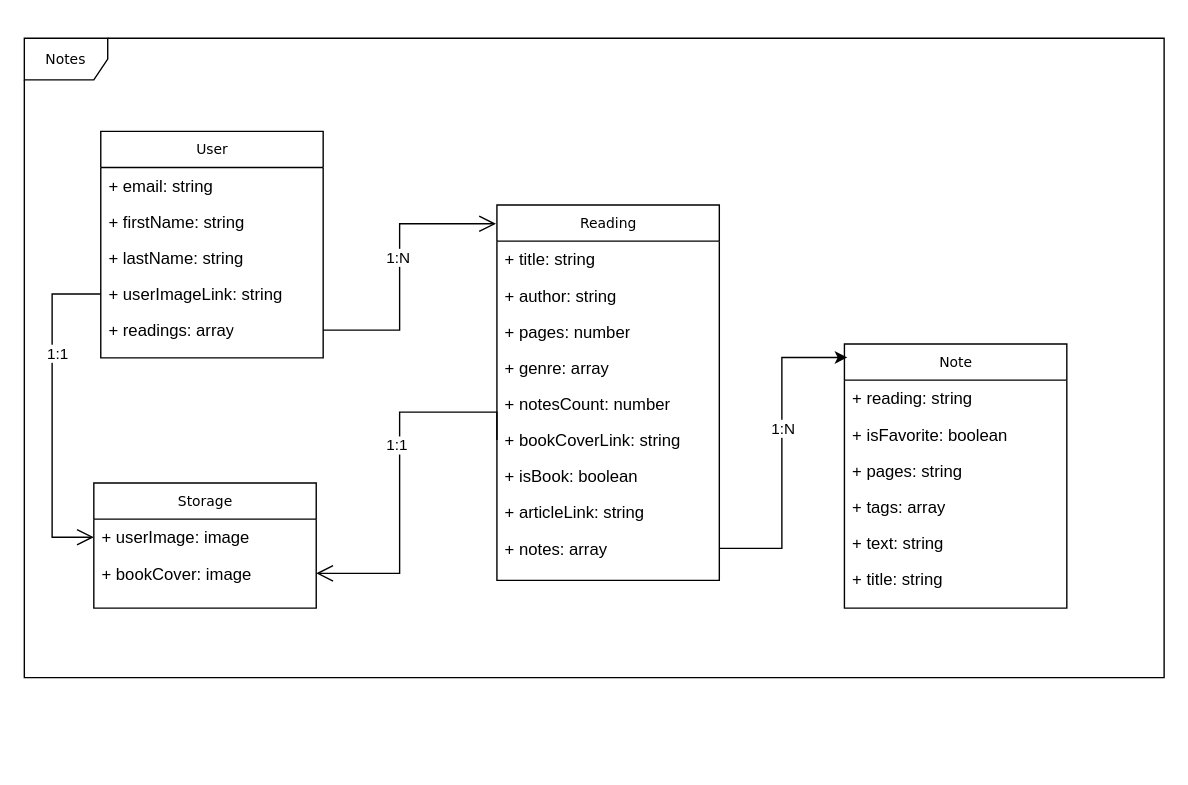
Above: src/assets/UML.drawio in kaischaefer2000/noteshelf-app (draw.io), before the change. Source tidied: cells renumbered, new cells numbered last; positions are measured from the earlier drawing's top-left corner, leaving out a move shared by most shapes. Both pictures are drawn from the tidied source at 139%, with x=0, y=0 at pixel (24, 38).
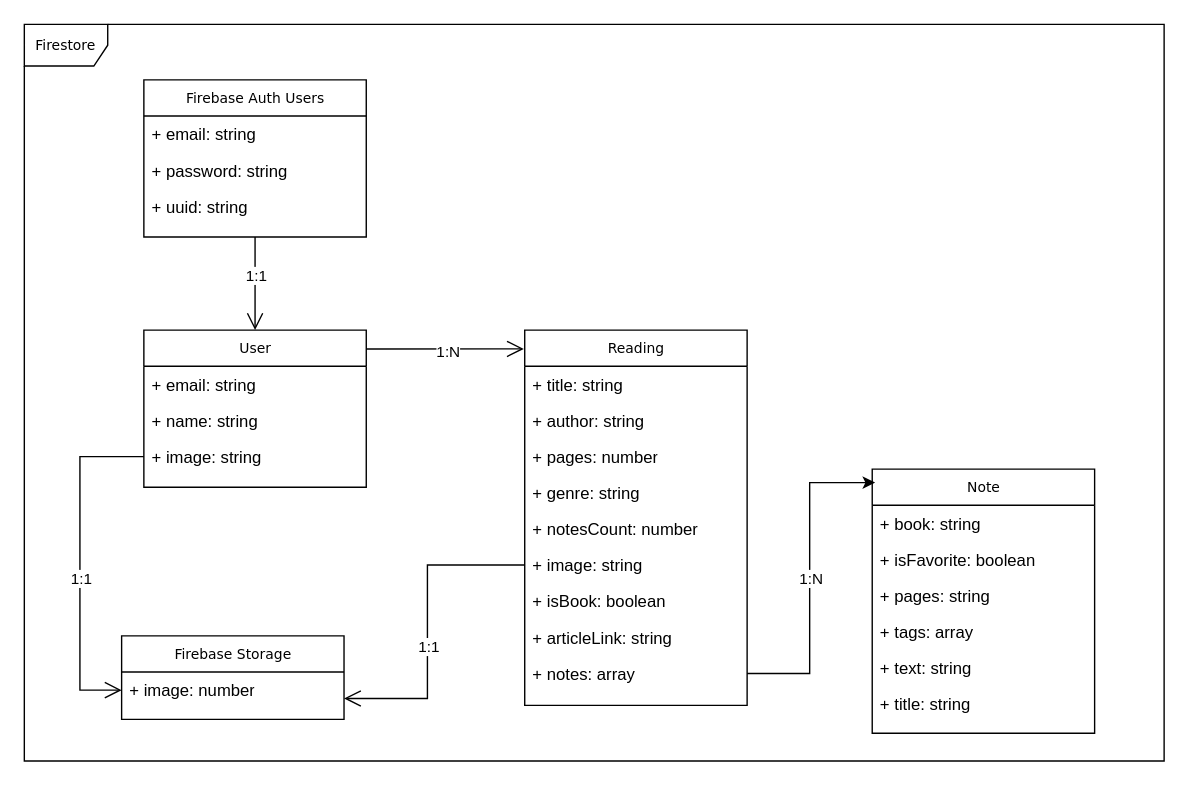
After the change.

Unchanged cells that the change refers to:
```xml
<mxCell id="35" style="edgeStyle=orthogonalEdgeStyle;rounded=0;jettySize=auto;html=1;entryX=0.013;entryY=0.051;entryDx=0;entryDy=0;entryPerimeter=0;" parent="1" edge="1" source="21" target="28">
  <mxGeometry relative="1" as="geometry" />
</mxCell>
```

Change to the diagram source:
```diff
@@
-    <mxCell id="2" value="Notes" style="shape=umlFrame;whiteSpace=wrap;html=1;rounded=0;shadow=0;comic=0;labelBackgroundColor=none;strokeWidth=1;fontFamily=Verdana;fontSize=10;align=center;" parent="1" vertex="1">
-      <mxGeometry width="820" height="460" as="geometry" />
+    <mxCell id="2" value="Firestore" style="shape=umlFrame;whiteSpace=wrap;html=1;rounded=0;shadow=0;comic=0;labelBackgroundColor=none;strokeWidth=1;fontFamily=Verdana;fontSize=10;align=center;" parent="1" vertex="1">
+      <mxGeometry y="-10" width="820" height="530" as="geometry" />
     </mxCell>
     <mxCell id="3" value="User" style="swimlane;html=1;fontStyle=0;horizontal=1;startSize=26;fillColor=none;swimlaneFillColor=#ffffff;rounded=0;shadow=0;comic=0;labelBackgroundColor=none;strokeWidth=1;fontFamily=Verdana;fontSize=10;align=center;" parent="1" vertex="1">
-      <mxGeometry x="55" y="67" width="160" height="163" as="geometry" />
+      <mxGeometry x="86" y="210" width="160" height="113" as="geometry" />
     </mxCell>
@@
-    <mxCell id="5" value="+ firstName: string" style="text;html=1;strokeColor=none;fillColor=none;align=left;verticalAlign=top;spacingLeft=4;spacingRight=4;whiteSpace=wrap;overflow=hidden;" parent="3" vertex="1">
+    <mxCell id="5" value="+ name: string" style="text;html=1;strokeColor=none;fillColor=none;align=left;verticalAlign=top;spacingLeft=4;spacingRight=4;whiteSpace=wrap;overflow=hidden;" parent="3" vertex="1">
       <mxGeometry y="52" width="160" height="26" as="geometry" />
     </mxCell>
-    <mxCell id="6" value="+ lastName: string" style="text;html=1;strokeColor=none;fillColor=none;align=left;verticalAlign=top;spacingLeft=4;spacingRight=4;whiteSpace=wrap;overflow=hidden;" parent="3" vertex="1">
-      <mxGeometry y="78" width="160" height="26" as="geometry" />
-    </mxCell>
-    <mxCell id="7" value="+ userImageLink: string" style="text;html=1;strokeColor=none;fillColor=none;align=left;verticalAlign=top;spacingLeft=4;spacingRight=4;whiteSpace=wrap;overflow=hidden;points=[[0,0.5],[1,0.5]];portConstraint=eastwest;" parent="3" vertex="1">
-      <mxGeometry y="104" width="160" height="26" as="geometry" />
+    <mxCell id="7" value="+ image: string" style="text;html=1;strokeColor=none;fillColor=none;align=left;verticalAlign=top;spacingLeft=4;spacingRight=4;whiteSpace=wrap;overflow=hidden;points=[[0,0.5],[1,0.5]];portConstraint=eastwest;" parent="3" vertex="1">
+      <mxGeometry y="78" width="160" height="26" as="geometry" />
     </mxCell>
-    <mxCell id="8" value="+ readings: array" style="text;html=1;strokeColor=none;fillColor=none;align=left;verticalAlign=top;spacingLeft=4;spacingRight=4;whiteSpace=wrap;overflow=hidden;points=[[0,0.5],[1,0.5]];portConstraint=eastwest;" parent="3" vertex="1">
-      <mxGeometry y="130" width="160" height="26" as="geometry" />
-    </mxCell>
-    <mxCell id="9" value="Storage" style="swimlane;html=1;fontStyle=0;horizontal=1;startSize=26;fillColor=none;swimlaneFillColor=#ffffff;rounded=0;shadow=0;comic=0;labelBackgroundColor=none;strokeWidth=1;fontFamily=Verdana;fontSize=10;align=center;" parent="1" vertex="1">
-      <mxGeometry x="50" y="320" width="160" height="90" as="geometry" />
+    <mxCell id="9" value="Firebase Storage" style="swimlane;html=1;fontStyle=0;horizontal=1;startSize=26;fillColor=none;swimlaneFillColor=#ffffff;rounded=0;shadow=0;comic=0;labelBackgroundColor=none;strokeWidth=1;fontFamily=Verdana;fontSize=10;align=center;" parent="1" vertex="1">
+      <mxGeometry x="70" y="430" width="160" height="60" as="geometry" />
     </mxCell>
-    <mxCell id="10" value="+ userImage: image" style="text;html=1;strokeColor=none;fillColor=none;align=left;verticalAlign=top;spacingLeft=4;spacingRight=4;whiteSpace=wrap;overflow=hidden;points=[[0,0.5],[1,0.5]];portConstraint=eastwest;" parent="9" vertex="1">
+    <mxCell id="10" value="+ image: number" style="text;html=1;strokeColor=none;fillColor=none;align=left;verticalAlign=top;spacingLeft=4;spacingRight=4;whiteSpace=wrap;overflow=hidden;points=[[0,0.5],[1,0.5]];portConstraint=eastwest;" parent="9" vertex="1">
       <mxGeometry y="26" width="160" height="26" as="geometry" />
     </mxCell>
-    <mxCell id="11" value="+ bookCover: image" style="text;html=1;strokeColor=none;fillColor=none;align=left;verticalAlign=top;spacingLeft=4;spacingRight=4;whiteSpace=wrap;overflow=hidden;" parent="9" vertex="1">
-      <mxGeometry y="52" width="160" height="26" as="geometry" />
-    </mxCell>
     <mxCell id="12" value="Reading" style="swimlane;html=1;fontStyle=0;horizontal=1;startSize=26;fillColor=none;swimlaneFillColor=#ffffff;rounded=0;shadow=0;comic=0;labelBackgroundColor=none;strokeWidth=1;fontFamily=Verdana;fontSize=10;align=center;" parent="1" vertex="1">
-      <mxGeometry x="340" y="120" width="160" height="270" as="geometry" />
+      <mxGeometry x="360" y="210" width="160" height="270" as="geometry" />
     </mxCell>
@@
-    <mxCell id="16" value="+ genre: array" style="text;html=1;strokeColor=none;fillColor=none;align=left;verticalAlign=top;spacingLeft=4;spacingRight=4;whiteSpace=wrap;overflow=hidden;" parent="12" vertex="1">
+    <mxCell id="16" value="+ genre: string" style="text;html=1;strokeColor=none;fillColor=none;align=left;verticalAlign=top;spacingLeft=4;spacingRight=4;whiteSpace=wrap;overflow=hidden;" parent="12" vertex="1">
       <mxGeometry y="104" width="160" height="26" as="geometry" />
     </mxCell>
@@
-    <mxCell id="18" value="+ bookCoverLink: string&amp;nbsp;" style="text;html=1;strokeColor=none;fillColor=none;align=left;verticalAlign=top;spacingLeft=4;spacingRight=4;whiteSpace=wrap;overflow=hidden;points=[[0,0.5],[1,0.5]];portConstraint=eastwest;" parent="12" vertex="1">
+    <mxCell id="18" value="+ image: string&amp;nbsp;" style="text;html=1;strokeColor=none;fillColor=none;align=left;verticalAlign=top;spacingLeft=4;spacingRight=4;whiteSpace=wrap;overflow=hidden;points=[[0,0.5],[1,0.5]];portConstraint=eastwest;" parent="12" vertex="1">
       <mxGeometry y="156" width="160" height="26" as="geometry" />
     </mxCell>
@@
-    <mxCell id="22" style="edgeStyle=orthogonalEdgeStyle;rounded=0;html=1;labelBackgroundColor=none;startFill=0;endArrow=open;endFill=0;endSize=10;fontFamily=Verdana;fontSize=10;exitX=1;exitY=0.5;exitDx=0;exitDy=0;entryX=-0.004;entryY=0.05;entryDx=0;entryDy=0;entryPerimeter=0;" parent="1" edge="1" source="8" target="12">
+    <mxCell id="22" style="edgeStyle=orthogonalEdgeStyle;rounded=0;html=1;labelBackgroundColor=none;startFill=0;endArrow=open;endFill=0;endSize=10;fontFamily=Verdana;fontSize=10;entryX=-0.004;entryY=0.05;entryDx=0;entryDy=0;entryPerimeter=0;exitX=0.999;exitY=0.12;exitDx=0;exitDy=0;exitPerimeter=0;" parent="1" edge="1" source="3" target="12">
       <mxGeometry relative="1" as="geometry">
         <Array as="points">
-          <mxPoint x="270" y="210" />
-          <mxPoint x="270" y="134" />
+          <mxPoint x="250" y="224" />
+          <mxPoint x="359" y="224" />
         </Array>
       </mxGeometry>
     </mxCell>
     <mxCell id="23" value="1:N" style="edgeLabel;html=1;align=center;verticalAlign=middle;" parent="22" vertex="1">
-      <mxGeometry x="0.08" y="2" relative="1" as="geometry" />
+      <mxGeometry x="0.08" y="2" relative="1" as="geometry">
+        <mxPoint x="-2" y="4" as="offset" />
+      </mxGeometry>
     </mxCell>
     <mxCell id="24" style="edgeStyle=orthogonalEdgeStyle;rounded=0;html=1;labelBackgroundColor=none;startFill=0;endArrow=open;endFill=0;endSize=10;fontFamily=Verdana;fontSize=10;exitX=0;exitY=0.5;exitDx=0;exitDy=0;" parent="1" edge="1" source="18">
       <mxGeometry relative="1" as="geometry">
-        <mxPoint x="210" y="385" as="targetPoint" />
+        <mxPoint x="230" y="475" as="targetPoint" />
         <Array as="points">
-          <mxPoint x="270" y="269" />
-          <mxPoint x="270" y="385" />
+          <mxPoint x="290" y="379" />
+          <mxPoint x="290" y="475" />
         </Array>
       </mxGeometry>
     </mxCell>
     <mxCell id="25" value="1:1" style="edgeLabel;html=1;align=center;verticalAlign=middle;" parent="24" vertex="1">
-      <mxGeometry x="-0.15" y="-3" relative="1" as="geometry" />
+      <mxGeometry x="-0.15" y="-3" relative="1" as="geometry">
+        <mxPoint x="3" y="32" as="offset" />
+      </mxGeometry>
     </mxCell>
     <mxCell id="26" style="edgeStyle=orthogonalEdgeStyle;rounded=0;html=1;labelBackgroundColor=none;startFill=0;endArrow=open;endFill=0;endSize=10;fontFamily=Verdana;fontSize=10;exitX=0;exitY=0.5;exitDx=0;exitDy=0;entryX=0;entryY=0.5;entryDx=0;entryDy=0;" parent="1" edge="1" source="7" target="10">
       <mxGeometry relative="1" as="geometry">
         <Array as="points">
-          <mxPoint x="20" y="184" />
-          <mxPoint x="20" y="359" />
+          <mxPoint x="40" y="301" />
+          <mxPoint x="40" y="469" />
         </Array>
       </mxGeometry>
     </mxCell>
     <mxCell id="27" value="1:1" style="edgeLabel;html=1;align=center;verticalAlign=middle;" parent="26" vertex="1">
-      <mxGeometry x="-0.36" y="3" relative="1" as="geometry" />
+      <mxGeometry x="-0.36" y="3" relative="1" as="geometry">
+        <mxPoint x="-3" y="55" as="offset" />
+      </mxGeometry>
     </mxCell>
     <mxCell id="28" value="Note" style="swimlane;html=1;fontStyle=0;horizontal=1;startSize=26;fillColor=none;swimlaneFillColor=#ffffff;rounded=0;shadow=0;comic=0;labelBackgroundColor=none;strokeWidth=1;fontFamily=Verdana;fontSize=10;align=center;" parent="1" vertex="1">
-      <mxGeometry x="590" y="220" width="160" height="190" as="geometry" />
+      <mxGeometry x="610" y="310" width="160" height="190" as="geometry" />
     </mxCell>
-    <mxCell id="29" value="+ reading: string" style="text;html=1;strokeColor=none;fillColor=none;align=left;verticalAlign=top;spacingLeft=4;spacingRight=4;whiteSpace=wrap;overflow=hidden;" parent="28" vertex="1">
+    <mxCell id="29" value="+ book: string" style="text;html=1;strokeColor=none;fillColor=none;align=left;verticalAlign=top;spacingLeft=4;spacingRight=4;whiteSpace=wrap;overflow=hidden;" parent="28" vertex="1">
       <mxGeometry y="26" width="160" height="26" as="geometry" />
     </mxCell>
@@
     <mxCell id="36" value="1:N" style="edgeLabel;html=1;align=center;verticalAlign=middle;" parent="35" vertex="1">
-      <mxGeometry x="0.15" relative="1" as="geometry" />
+      <mxGeometry x="0.15" relative="1" as="geometry">
+        <mxPoint y="18" as="offset" />
+      </mxGeometry>
     </mxCell>
+    <mxCell id="37" value="Firebase Auth Users" style="swimlane;html=1;fontStyle=0;horizontal=1;startSize=26;fillColor=none;swimlaneFillColor=#ffffff;rounded=0;shadow=0;comic=0;labelBackgroundColor=none;strokeWidth=1;fontFamily=Verdana;fontSize=10;align=center;" parent="1" vertex="1">
+      <mxGeometry x="86" y="30" width="160" height="113" as="geometry" />
+    </mxCell>
+    <mxCell id="38" value="+ email: string" style="text;html=1;strokeColor=none;fillColor=none;align=left;verticalAlign=top;spacingLeft=4;spacingRight=4;whiteSpace=wrap;overflow=hidden;" parent="37" vertex="1">
+      <mxGeometry y="26" width="160" height="26" as="geometry" />
+    </mxCell>
+    <mxCell id="39" value="+ password: string" style="text;html=1;strokeColor=none;fillColor=none;align=left;verticalAlign=top;spacingLeft=4;spacingRight=4;whiteSpace=wrap;overflow=hidden;" parent="37" vertex="1">
+      <mxGeometry y="52" width="160" height="26" as="geometry" />
+    </mxCell>
+    <mxCell id="40" value="+ uuid: string" style="text;html=1;strokeColor=none;fillColor=none;align=left;verticalAlign=top;spacingLeft=4;spacingRight=4;whiteSpace=wrap;overflow=hidden;" parent="37" vertex="1">
+      <mxGeometry y="78" width="160" height="26" as="geometry" />
+    </mxCell>
+    <mxCell id="41" style="edgeStyle=orthogonalEdgeStyle;rounded=0;html=1;labelBackgroundColor=none;startFill=0;endArrow=open;endFill=0;endSize=10;fontFamily=Verdana;fontSize=10;exitX=0.5;exitY=1;exitDx=0;exitDy=0;entryX=0.5;entryY=0;entryDx=0;entryDy=0;" parent="1" edge="1" source="37" target="3">
+      <mxGeometry relative="1" as="geometry" />
+    </mxCell>
+    <mxCell id="42" value="1:1" style="edgeLabel;html=1;align=center;verticalAlign=middle;" parent="41" vertex="1">
+      <mxGeometry x="0.08" y="2" relative="1" as="geometry">
+        <mxPoint x="-2" y="-9" as="offset" />
+      </mxGeometry>
+    </mxCell>
```
